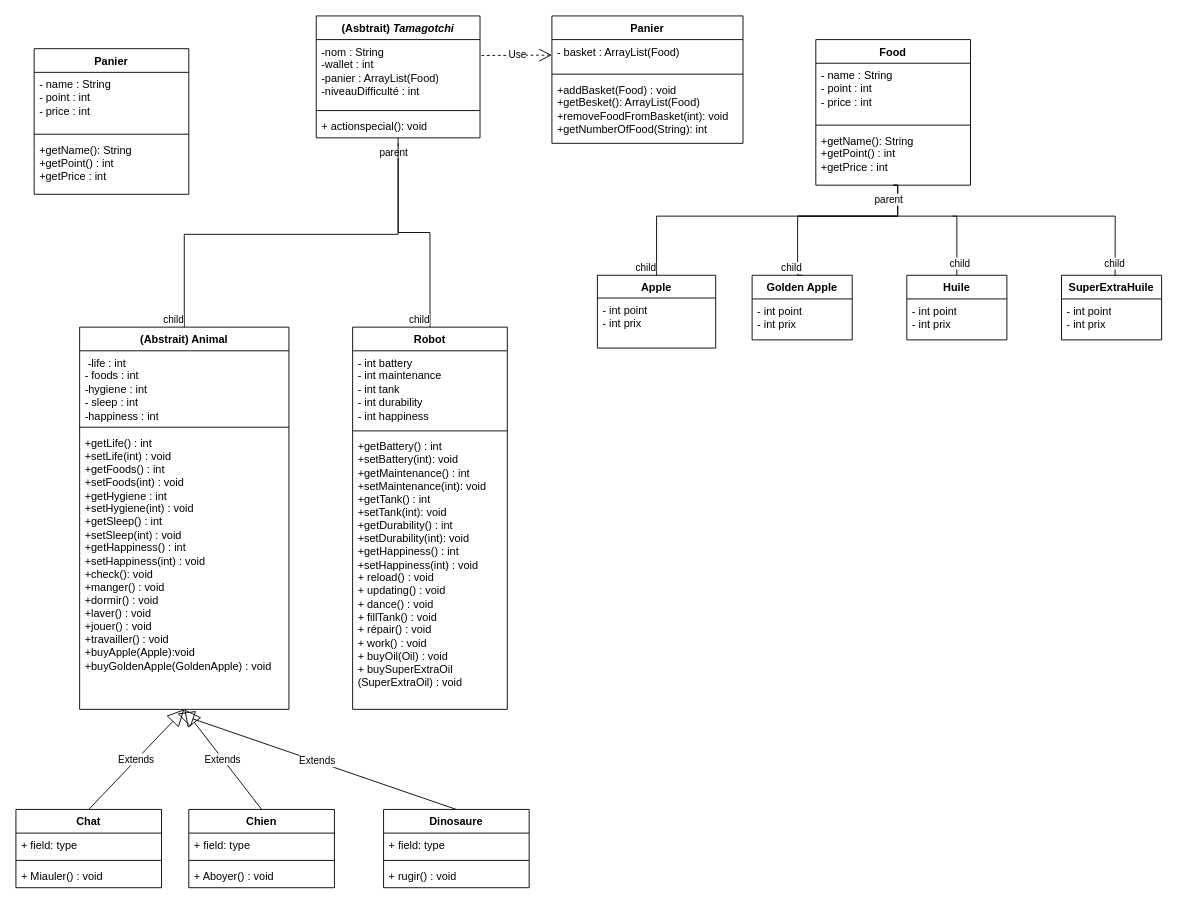
The draw.io diagram DiagramClasseA3.drawio in BMaurice56/Tamagotchi, before the edit. Source tidied: cells renumbered, new cells numbered last; positions are measured from the earlier drawing's top-left corner, leaving out a move shared by most shapes. Both pictures are drawn from the tidied source at 91%, with x=0, y=0 at pixel (15, 15).
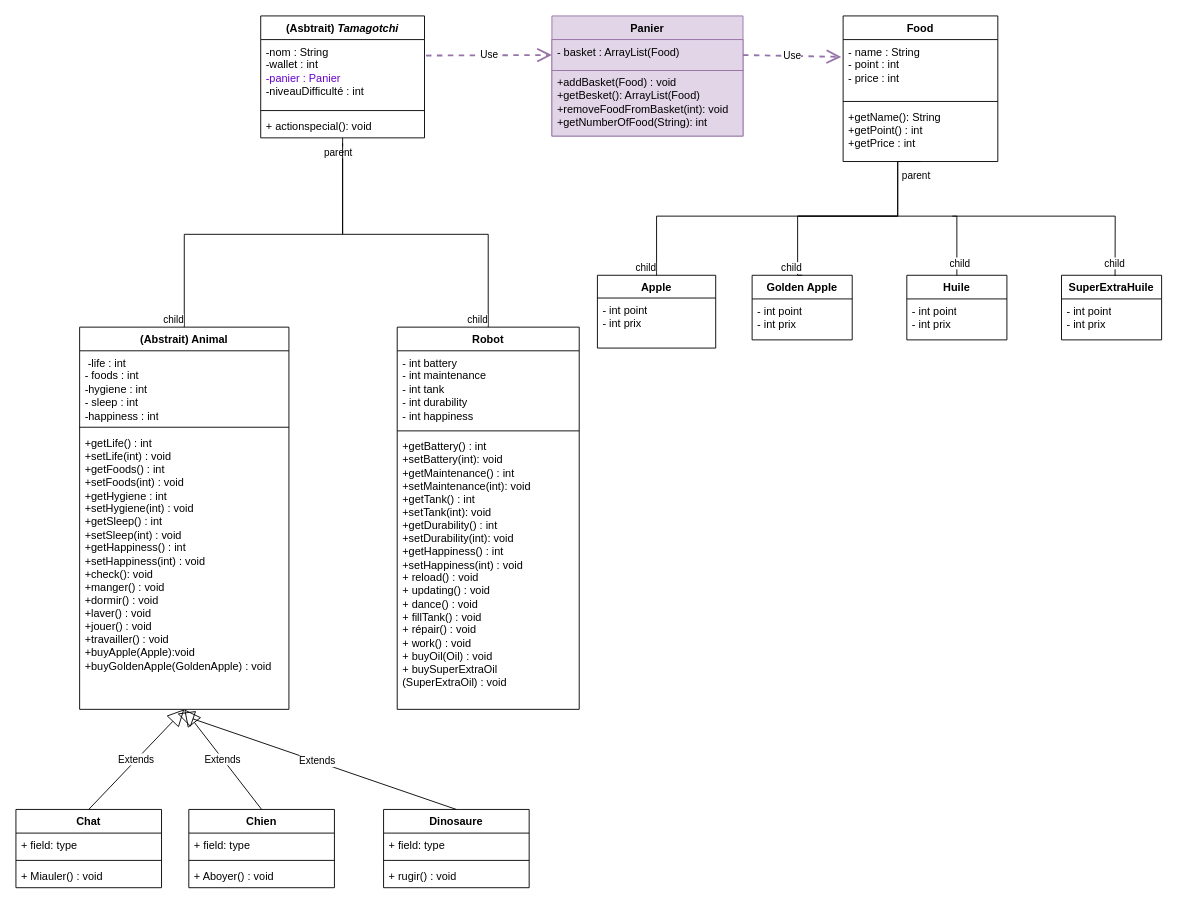
The same page after the edit.

Commit message:
Mettre à jour DiagramClasseA3.drawio

The change refers to these unchanged cells:
```xml
<mxCell id="5" value="+ actionspecial(): void" style="text;strokeColor=none;fillColor=none;align=left;verticalAlign=top;spacingLeft=4;spacingRight=4;overflow=hidden;points=[[0,0.5],[1,0.5]];portConstraint=eastwest;whiteSpace=wrap;html=1;" parent="2" vertex="1">
  <mxGeometry y="108" width="180" height="26" as="geometry" />
</mxCell>
<mxCell id="14" value="(Abstrait) Animal" style="swimlane;fontStyle=1;align=center;verticalAlign=top;horizontal=1;startSize=26;whiteSpace=wrap;html=1;" parent="1" vertex="1">
  <mxGeometry x="70" y="342" width="230" height="420" as="geometry" />
</mxCell>
<mxCell id="24" value="&lt;div&gt;- name : String&lt;/div&gt;&lt;div&gt;- point : int&lt;/div&gt;&lt;div&gt;- price : int&lt;/div&gt;&lt;div&gt;&lt;br&gt;&lt;/div&gt;" style="text;strokeColor=none;fillColor=none;align=left;verticalAlign=top;spacingLeft=4;spacingRight=4;overflow=hidden;points=[[0,0.5],[1,0.5]];portConstraint=eastwest;whiteSpace=wrap;html=1;" parent="23" vertex="1">
  <mxGeometry y="26" width="170" height="64" as="geometry" />
</mxCell>
```

Diff of the diagram source:
```diff
@@
     <mxCell id="2" value="(Asbtrait)&amp;nbsp;&lt;i&gt;Tamagotchi&lt;/i&gt;" style="swimlane;fontStyle=1;align=center;verticalAlign=top;horizontal=1;startSize=26;whiteSpace=wrap;html=1;" parent="1" vertex="1">
-      <mxGeometry x="330" width="180" height="134" as="geometry" />
+      <mxGeometry x="269" width="180" height="134" as="geometry" />
     </mxCell>
-    <mxCell id="3" value="&lt;div&gt;-nom : String&lt;/div&gt;&lt;div&gt;-wallet : int&lt;/div&gt;&lt;div&gt;-panier : ArrayList(Food) &lt;br&gt;&lt;/div&gt;&lt;div&gt;-niveauDifficulté : int&lt;/div&gt;" style="text;strokeColor=none;fillColor=none;align=left;verticalAlign=top;spacingLeft=4;spacingRight=4;overflow=hidden;points=[[0,0.5],[1,0.5]];portConstraint=eastwest;whiteSpace=wrap;html=1;" parent="2" vertex="1">
+    <mxCell id="3" value="&lt;div&gt;-nom : String&lt;/div&gt;&lt;div&gt;-wallet : int&lt;/div&gt;&lt;div&gt;&lt;font color=&quot;#6600cc&quot;&gt;-panier : Panier &lt;/font&gt;&lt;br&gt;&lt;/div&gt;&lt;div&gt;-niveauDifficulté : int&lt;/div&gt;" style="text;strokeColor=none;fillColor=none;align=left;verticalAlign=top;spacingLeft=4;spacingRight=4;overflow=hidden;points=[[0,0.5],[1,0.5]];portConstraint=eastwest;whiteSpace=wrap;html=1;" parent="2" vertex="1">
       <mxGeometry y="26" width="180" height="74" as="geometry" />
     </mxCell>
@@
     <mxCell id="10" value="Robot" style="swimlane;fontStyle=1;align=center;verticalAlign=top;horizontal=1;startSize=26;whiteSpace=wrap;html=1;" parent="1" vertex="1">
-      <mxGeometry x="370" y="342" width="170" height="420" as="geometry" />
+      <mxGeometry x="419" y="342" width="200" height="420" as="geometry" />
     </mxCell>
     <mxCell id="11" value="- int battery&lt;br&gt;- int&amp;nbsp;maintenance&lt;br&gt;- int tank&lt;br&gt;- int durability&lt;br&gt;- int happiness" style="text;strokeColor=none;fillColor=none;align=left;verticalAlign=top;spacingLeft=4;spacingRight=4;overflow=hidden;whiteSpace=wrap;html=1;" parent="10" vertex="1">
-      <mxGeometry y="26" width="170" height="84" as="geometry" />
+      <mxGeometry y="26" width="200" height="84" as="geometry" />
     </mxCell>
     <mxCell id="12" style="line;strokeWidth=1;fillColor=none;align=left;verticalAlign=middle;spacingTop=-1;spacingLeft=3;spacingRight=3;labelPosition=right;strokeColor=inherit;" parent="10" vertex="1">
-      <mxGeometry y="110" width="170" height="8" as="geometry" />
+      <mxGeometry y="110" width="200" height="8" as="geometry" />
     </mxCell>
     <mxCell id="13" value="+getBattery() : int&lt;br&gt;+setBattery(int): void&lt;br&gt;+getMaintenance() : int&lt;br style=&quot;border-color: var(--border-color);&quot;&gt;+setMaintenance(int): void&lt;br&gt;+getTank() : int&lt;br style=&quot;border-color: var(--border-color);&quot;&gt;+setTank(int): void&lt;br&gt;+getDurability() : int&lt;br style=&quot;border-color: var(--border-color);&quot;&gt;+setDurability(int): void&lt;br&gt;&lt;div style=&quot;border-color: var(--border-color);&quot;&gt;+getHappiness() : int&lt;br style=&quot;border-color: var(--border-color);&quot;&gt;&lt;/div&gt;+setHappiness(int) : void&lt;br&gt;+ reload() : void&lt;br&gt;&lt;div&gt;+ updating() : void&lt;/div&gt;+ dance() : void&lt;br&gt;+ fillTank() : void&lt;br&gt;+ répair() : void&lt;br&gt;+ work() : void&lt;br&gt;+ buyOil(Oil) : void&lt;br&gt;+ buySuperExtraOil (SuperExtraOil) : void" style="text;strokeColor=none;fillColor=none;align=left;verticalAlign=top;spacingLeft=4;spacingRight=4;overflow=hidden;whiteSpace=wrap;html=1;" parent="10" vertex="1">
-      <mxGeometry y="118" width="170" height="302" as="geometry" />
+      <mxGeometry y="118" width="200" height="302" as="geometry" />
     </mxCell>
@@
     <mxCell id="18" style="endArrow=none;html=1;edgeStyle=orthogonalEdgeStyle;rounded=0;exitX=0.5;exitY=1;exitDx=0;exitDy=0;entryX=0.5;entryY=0;entryDx=0;entryDy=0;" parent="1" edge="1" source="2" target="10">
-      <mxGeometry relative="1" as="geometry" />
+      <mxGeometry relative="1" as="geometry">
+        <Array as="points">
+          <mxPoint x="359" y="240" />
+          <mxPoint x="519" y="240" />
+        </Array>
+      </mxGeometry>
     </mxCell>
@@
-    <mxCell id="21" style="endArrow=none;html=1;edgeStyle=orthogonalEdgeStyle;rounded=0;entryX=0.5;entryY=0;entryDx=0;entryDy=0;exitX=0.5;exitY=1.231;exitDx=0;exitDy=0;exitPerimeter=0;" parent="1" edge="1" source="5" target="14">
+    <mxCell id="21" style="endArrow=none;html=1;edgeStyle=orthogonalEdgeStyle;rounded=0;entryX=0.5;entryY=0;entryDx=0;entryDy=0;" parent="1" edge="1" target="14">
       <mxGeometry relative="1" as="geometry">
+        <mxPoint x="359" y="140" as="sourcePoint" />
         <Array as="points">
-          <mxPoint x="420" y="240" />
+          <mxPoint x="359" y="240" />
           <mxPoint x="185" y="240" />
         </Array>
       </mxGeometry>
     </mxCell>
@@
     <mxCell id="23" value="Food" style="swimlane;fontStyle=1;align=center;verticalAlign=top;horizontal=1;startSize=26;whiteSpace=wrap;html=1;" parent="1" vertex="1">
-      <mxGeometry x="879" y="26" width="170" height="160" as="geometry" />
+      <mxGeometry x="909" width="170" height="160" as="geometry" />
     </mxCell>
@@
-    <mxCell id="27" value="Use" style="endArrow=open;endSize=12;dashed=1;html=1;rounded=0;exitX=1.009;exitY=0.237;exitDx=0;exitDy=0;entryX=0;entryY=0.5;entryDx=0;entryDy=0;exitPerimeter=0;" parent="1" edge="1" source="3" target="62">
+    <mxCell id="27" value="Use" style="endArrow=open;endSize=12;dashed=1;html=1;rounded=0;exitX=1.009;exitY=0.237;exitDx=0;exitDy=0;entryX=0;entryY=0.5;entryDx=0;entryDy=0;exitPerimeter=0;fillColor=#e1d5e7;strokeColor=#9673a6;strokeWidth=2;" parent="1" edge="1" source="3" target="62">
       <mxGeometry relative="1" as="geometry" />
     </mxCell>
@@
-    <mxCell id="57" value="Panier" style="swimlane;fontStyle=1;align=center;verticalAlign=top;horizontal=1;startSize=26;whiteSpace=wrap;html=1;" parent="1" vertex="1">
-      <mxGeometry x="20" y="36" width="170" height="160" as="geometry" />
-    </mxCell>
-    <mxCell id="58" value="&lt;div&gt;- name : String&lt;/div&gt;&lt;div&gt;- point : int&lt;/div&gt;&lt;div&gt;- price : int&lt;/div&gt;&lt;div&gt;&lt;br&gt;&lt;/div&gt;" style="text;strokeColor=none;fillColor=none;align=left;verticalAlign=top;spacingLeft=4;spacingRight=4;overflow=hidden;whiteSpace=wrap;html=1;" parent="57" vertex="1">
-      <mxGeometry y="26" width="170" height="64" as="geometry" />
-    </mxCell>
-    <mxCell id="59" style="line;strokeWidth=1;fillColor=none;align=left;verticalAlign=middle;spacingTop=-1;spacingLeft=3;spacingRight=3;labelPosition=right;strokeColor=inherit;" parent="57" vertex="1">
-      <mxGeometry y="90" width="170" height="8" as="geometry" />
-    </mxCell>
-    <mxCell id="60" value="+getName(): String&lt;br&gt;+getPoint() : int&lt;br&gt;+getPrice : int" style="text;strokeColor=none;fillColor=none;align=left;verticalAlign=top;spacingLeft=4;spacingRight=4;overflow=hidden;whiteSpace=wrap;html=1;" parent="57" vertex="1">
-      <mxGeometry y="98" width="170" height="62" as="geometry" />
-    </mxCell>
-    <mxCell id="61" value="Panier" style="swimlane;fontStyle=1;align=center;verticalAlign=top;horizontal=1;startSize=26;whiteSpace=wrap;html=1;" parent="1" vertex="1">
-      <mxGeometry x="589" width="210" height="140" as="geometry" />
+    <mxCell id="61" value="Panier" style="swimlane;fontStyle=1;align=center;verticalAlign=top;horizontal=1;startSize=26;whiteSpace=wrap;html=1;fillColor=#e1d5e7;strokeColor=#9673a6;" parent="1" vertex="1">
+      <mxGeometry x="589" width="210" height="132" as="geometry" />
     </mxCell>
-    <mxCell id="62" value="- basket : ArrayList(Food)" style="text;strokeColor=none;fillColor=none;align=left;verticalAlign=top;spacingLeft=4;spacingRight=4;overflow=hidden;points=[[0,0.5],[1,0.5]];portConstraint=eastwest;whiteSpace=wrap;html=1;" parent="61" vertex="1">
+    <mxCell id="62" value="- basket : ArrayList(Food)" style="text;strokeColor=#9673a6;fillColor=#e1d5e7;align=left;verticalAlign=top;spacingLeft=4;spacingRight=4;overflow=hidden;points=[[0,0.5],[1,0.5]];portConstraint=eastwest;whiteSpace=wrap;html=1;" parent="61" vertex="1">
       <mxGeometry y="26" width="210" height="34" as="geometry" />
     </mxCell>
-    <mxCell id="63" style="line;strokeWidth=1;fillColor=none;align=left;verticalAlign=middle;spacingTop=-1;spacingLeft=3;spacingRight=3;labelPosition=right;strokeColor=inherit;" parent="61" vertex="1">
-      <mxGeometry y="60" width="210" height="8" as="geometry" />
-    </mxCell>
-    <mxCell id="64" value="+addBasket(Food) : void&lt;br&gt;+getBesket(): ArrayList(Food)&lt;br&gt;+removeFoodFromBasket(int): void&lt;br&gt;+getNumberOfFood(String): int" style="text;strokeColor=none;fillColor=none;align=left;verticalAlign=top;spacingLeft=4;spacingRight=4;overflow=hidden;whiteSpace=wrap;html=1;" parent="61" vertex="1">
-      <mxGeometry y="68" width="210" height="72" as="geometry" />
+    <mxCell id="64" value="+addBasket(Food) : void&lt;br&gt;+getBesket(): ArrayList(Food)&lt;br&gt;+removeFoodFromBasket(int): void&lt;br&gt;+getNumberOfFood(String): int" style="text;strokeColor=#9673a6;fillColor=#e1d5e7;align=left;verticalAlign=top;spacingLeft=4;spacingRight=4;overflow=hidden;whiteSpace=wrap;html=1;" parent="61" vertex="1">
+      <mxGeometry y="60" width="210" height="72" as="geometry" />
     </mxCell>
+    <mxCell id="65" value="Use" style="endArrow=open;endSize=12;dashed=1;html=1;rounded=0;exitX=1;exitY=0.5;exitDx=0;exitDy=0;entryX=-0.012;entryY=0.297;entryDx=0;entryDy=0;entryPerimeter=0;fillColor=#e1d5e7;strokeColor=#9673a6;strokeWidth=2;" parent="1" edge="1" source="62" target="24">
+      <mxGeometry relative="1" as="geometry" />
+    </mxCell>
```
